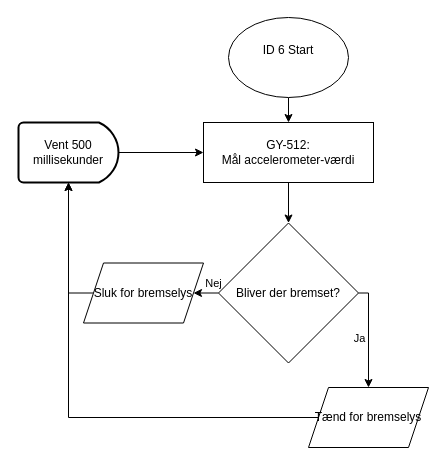
Earlier version of the draw.io diagram page "ID 6" (5 of 10) of Samlet løsning/Samlet Flowchart.drawio (KEA-E24-B9-IOT1/E24-B9-IoT1). Source tidied: cells renumbered, new cells numbered last; positions are measured from the earlier drawing's top-left corner, leaving out a move shared by most shapes. Both pictures are drawn from the tidied source at 100%, with x=0, y=0 at pixel (18, 17).
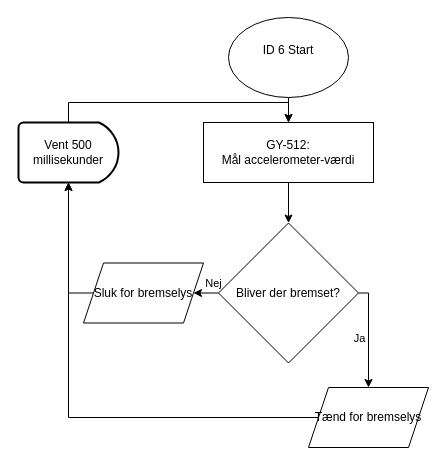
The same page after the edit.

The change refers to these unchanged cells:
```xml
<mxCell id="5" value="&lt;div&gt;GY-512:&lt;/div&gt;&lt;div&gt;Mål accelerometer-værdi&lt;br&gt;&lt;/div&gt;" style="rounded=0;whiteSpace=wrap;html=1;" parent="1" vertex="1">
  <mxGeometry x="185" y="105" width="170" height="60" as="geometry" />
</mxCell>
<mxCell id="12" value="Vent 500 millisekunder" style="strokeWidth=2;html=1;shape=mxgraph.flowchart.delay;whiteSpace=wrap;" parent="1" vertex="1">
  <mxGeometry y="105" width="100" height="60" as="geometry" />
</mxCell>
```

What changed in the source:
```diff
@@
-    <mxCell id="11" style="edgeStyle=orthogonalEdgeStyle;rounded=0;jettySize=auto;html=1;entryX=0;entryY=0.5;entryDx=0;entryDy=0;" parent="1" edge="1" source="12" target="5">
+    <mxCell id="11" style="edgeStyle=orthogonalEdgeStyle;rounded=0;jettySize=auto;html=1;entryX=0.5;entryY=0;entryDx=0;entryDy=0;exitX=0.5;exitY=0;exitDx=0;exitDy=0;exitPerimeter=0;" parent="1" edge="1" source="12" target="5">
       <mxGeometry relative="1" as="geometry" />
     </mxCell>
```
